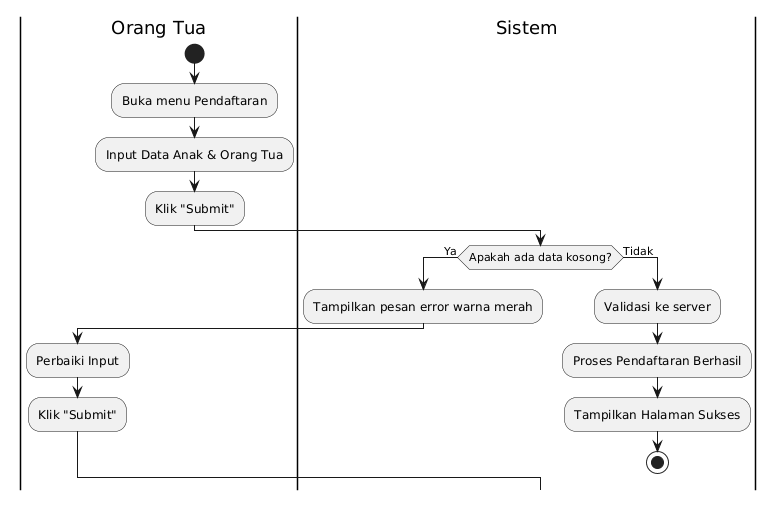
Rahwul/skripsi-ta-tkaqila-final keeps this PlantUML diagram as BAB_IV/diagrams/faris_activity.png. Above is the earlier version. The source it was exported from:
```plantuml
@startuml
|Orang Tua|
start
:Buka menu Pendaftaran;
:Input Data Anak & Orang Tua;
:Klik "Submit";
|Sistem|
if (Apakah ada data kosong?) then (Ya)
  :Tampilkan pesan error warna merah;
  |Orang Tua|
  :Perbaiki Input;
  :Klik "Submit";
else (Tidak)
  |Sistem|
  :Validasi ke server;
  :Proses Pendaftaran Berhasil;
  :Tampilkan Halaman Sukses;
  stop
endif
@enduml
```
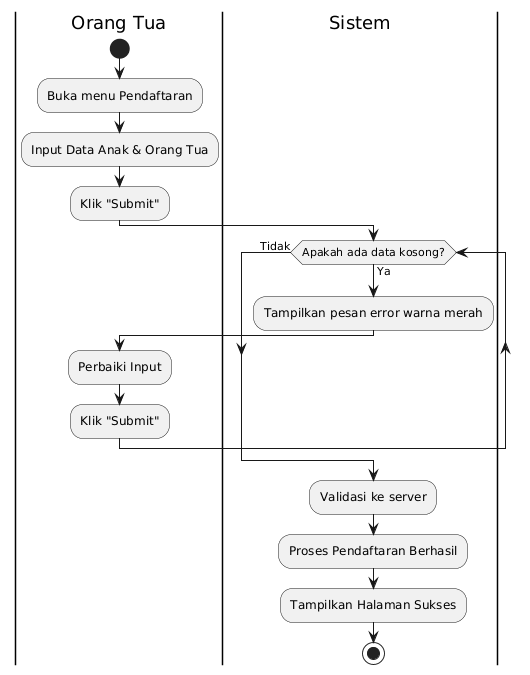
After the commit.

Commit message:
fix: correct loop syntax in faris_activity plantuml to prevent line cutoff

What changed in the source:
```diff
@@ -5,16 +5,15 @@
 :Input Data Anak & Orang Tua;
 :Klik "Submit";
 |Sistem|
-if (Apakah ada data kosong?) then (Ya)
+while (Apakah ada data kosong?) is (Ya)
   :Tampilkan pesan error warna merah;
   |Orang Tua|
   :Perbaiki Input;
   :Klik "Submit";
-else (Tidak)
   |Sistem|
-  :Validasi ke server;
-  :Proses Pendaftaran Berhasil;
-  :Tampilkan Halaman Sukses;
-  stop
-endif
+endwhile (Tidak)
+:Validasi ke server;
+:Proses Pendaftaran Berhasil;
+:Tampilkan Halaman Sukses;
+stop
 @enduml
```
